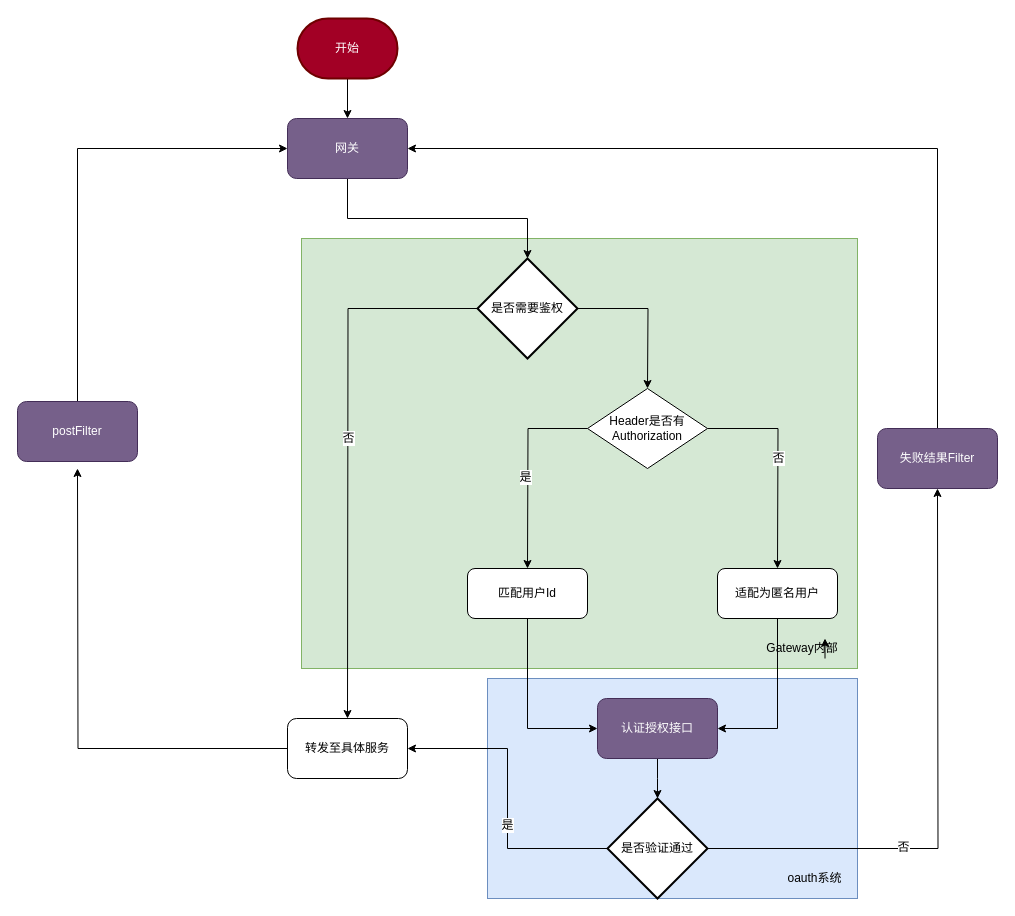
Godricm/BuDingDesign keeps this draw.io diagram as 2019/Session方案.drawio. Above is the earlier version. Source tidied: cells renumbered, new cells numbered last; positions are measured from the earlier drawing's top-left corner, leaving out a move shared by most shapes. Both pictures are drawn from the tidied source at 100%, with x=0, y=0 at pixel (17, 18).
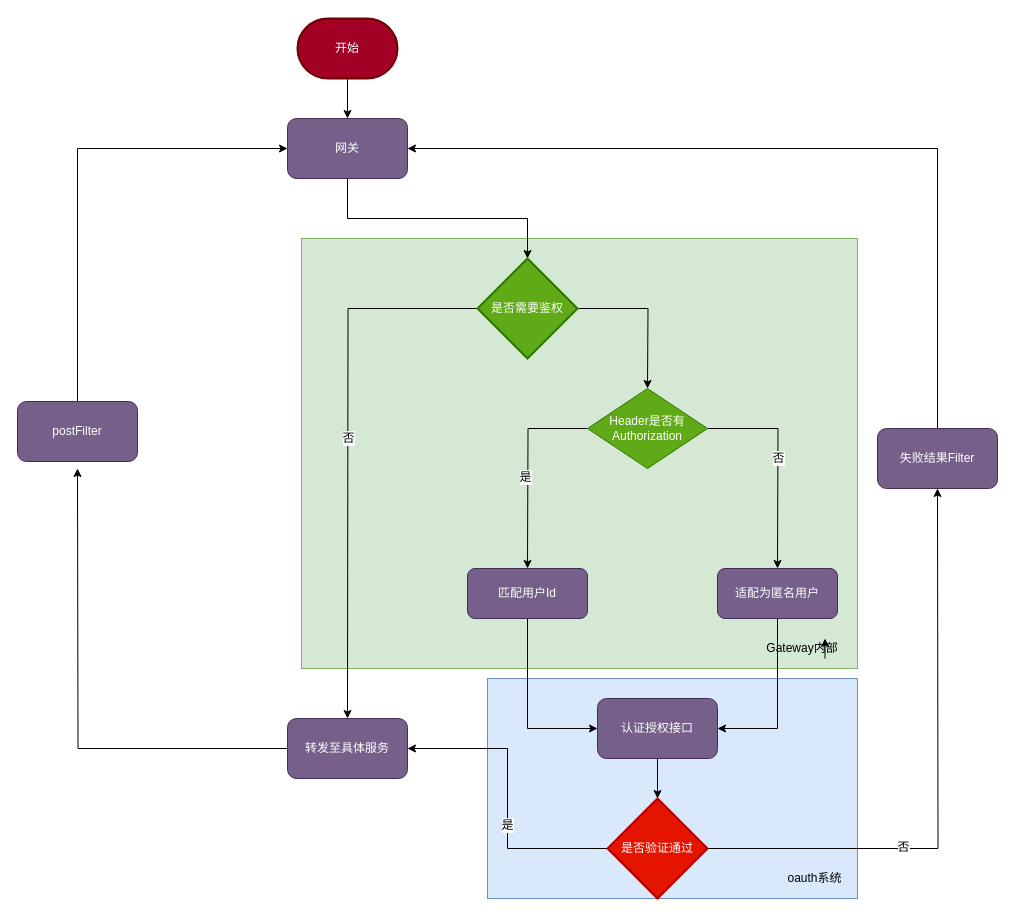
After the change.

Diff of the diagram source:
```diff
@@
-    <mxCell id="11" value="是否需要鉴权" style="strokeWidth=2;html=1;shape=mxgraph.flowchart.decision;whiteSpace=wrap;" parent="1" vertex="1">
+    <mxCell id="11" value="是否需要鉴权" style="strokeWidth=2;html=1;shape=mxgraph.flowchart.decision;whiteSpace=wrap;fillColor=#60a917;strokeColor=#2D7600;fontColor=#ffffff;" parent="1" vertex="1">
       <mxGeometry x="460" y="240" width="100" height="100" as="geometry" />
     </mxCell>
@@
-    <mxCell id="16" value="Header是否有&lt;br&gt;Authorization&lt;br&gt;" style="rhombus;whiteSpace=wrap;html=1;" parent="1" vertex="1">
+    <mxCell id="16" value="Header是否有&lt;br&gt;Authorization&lt;br&gt;" style="rhombus;whiteSpace=wrap;html=1;fillColor=#60a917;strokeColor=#2D7600;fontColor=#ffffff;" parent="1" vertex="1">
       <mxGeometry x="570" y="370" width="120" height="80" as="geometry" />
     </mxCell>
@@
-    <mxCell id="18" value="转发至具体服务" style="rounded=1;whiteSpace=wrap;html=1;" parent="1" vertex="1">
+    <mxCell id="18" value="转发至具体服务" style="rounded=1;whiteSpace=wrap;html=1;fillColor=#76608a;strokeColor=#432D57;fontColor=#ffffff;" parent="1" vertex="1">
       <mxGeometry x="270" y="700" width="120" height="60" as="geometry" />
     </mxCell>
@@
-    <mxCell id="22" value="适配为匿名用户" style="rounded=1;whiteSpace=wrap;html=1;" parent="1" vertex="1">
+    <mxCell id="22" value="适配为匿名用户" style="rounded=1;whiteSpace=wrap;html=1;fillColor=#76608a;strokeColor=#432D57;fontColor=#ffffff;" parent="1" vertex="1">
       <mxGeometry x="700" y="550" width="120" height="50" as="geometry" />
     </mxCell>
@@
-    <mxCell id="24" value="匹配用户Id" style="rounded=1;whiteSpace=wrap;html=1;" parent="1" vertex="1">
+    <mxCell id="24" value="匹配用户Id" style="rounded=1;whiteSpace=wrap;html=1;fillColor=#76608a;strokeColor=#432D57;fontColor=#ffffff;" parent="1" vertex="1">
       <mxGeometry x="450" y="550" width="120" height="50" as="geometry" />
     </mxCell>
@@
-    <mxCell id="32" value="是否验证通过" style="strokeWidth=2;html=1;shape=mxgraph.flowchart.decision;whiteSpace=wrap;" parent="1" vertex="1">
+    <mxCell id="32" value="是否验证通过" style="strokeWidth=2;html=1;shape=mxgraph.flowchart.decision;whiteSpace=wrap;fillColor=#e51400;strokeColor=#B20000;fontColor=#ffffff;" parent="1" vertex="1">
       <mxGeometry x="590" y="780" width="100" height="100" as="geometry" />
     </mxCell>
```
